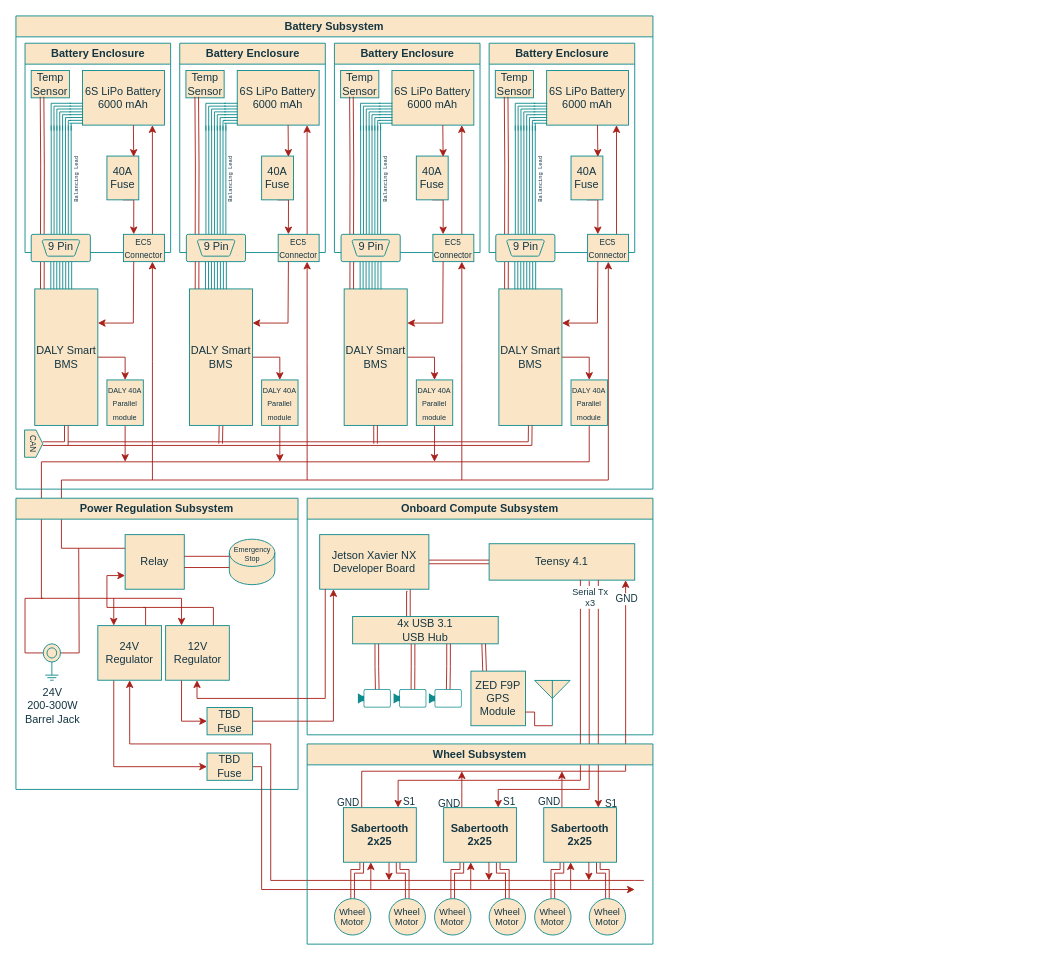
roboticsatiowa/Documents-and-Resources keeps this draw.io diagram as Diagrams/RoverFullBlockDiagram.drawio. Above is the earlier version. Source tidied: cells renumbered, new cells numbered last; positions are measured from the earlier drawing's top-left corner, leaving out a move shared by most shapes. Both pictures are drawn from the tidied source at 91%, with x=0, y=0 at pixel (6, 15).
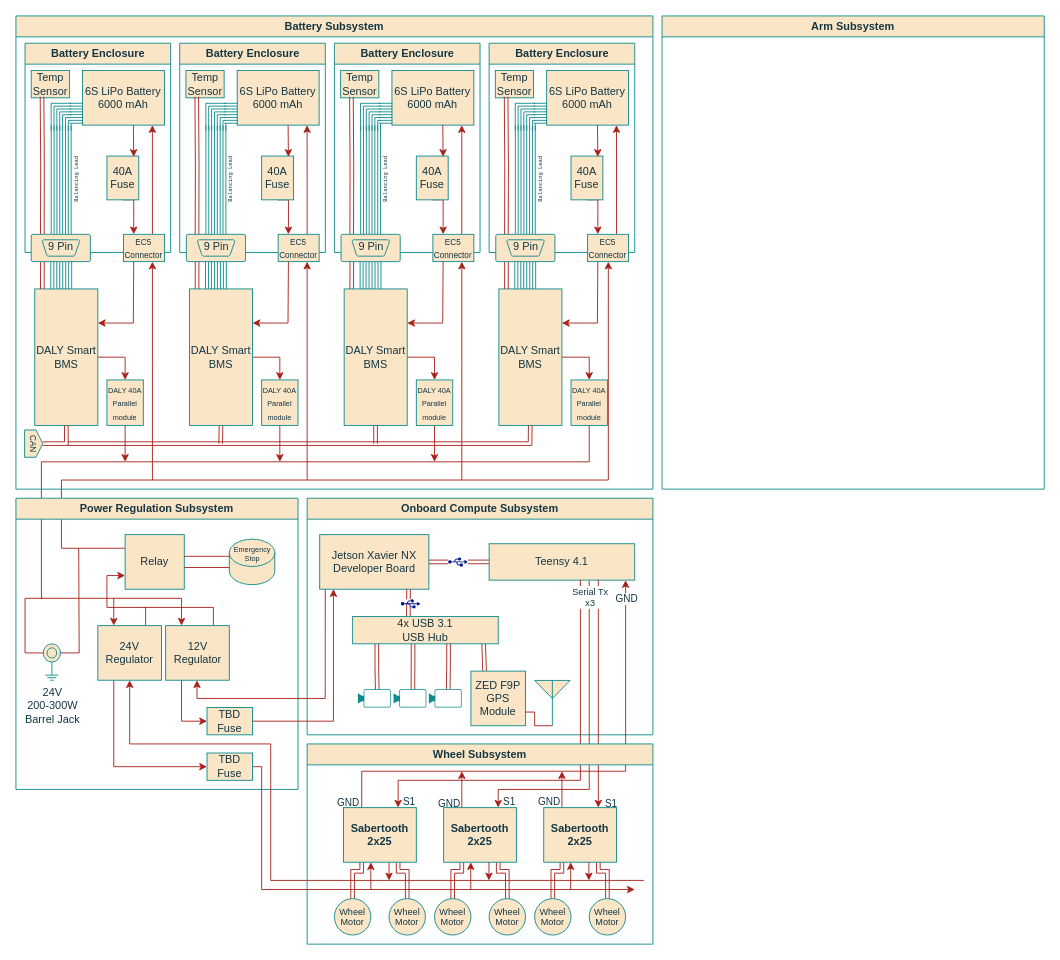
After the change.

The change refers to these unchanged cells:
```xml
<mxCell id="22" value="Onboard Compute Subsystem" style="swimlane;whiteSpace=wrap;html=1;fillColor=#FAE5C7;strokeWidth=1;strokeColor=#0F8B8D;labelBackgroundColor=none;fontColor=#143642;" parent="1" vertex="1">
  <mxGeometry x="330" y="530" width="380" height="260" as="geometry" />
</mxCell>
<mxCell id="25" value="Jetson Xavier NX Developer Board" style="whiteSpace=wrap;html=1;rounded=0;strokeColor=#0F8B8D;align=center;verticalAlign=middle;fontFamily=Helvetica;fontSize=12;fontColor=#143642;fillColor=#FAE5C7;labelBackgroundColor=none;" parent="22" vertex="1">
  <mxGeometry x="13.8" y="40" width="120" height="60" as="geometry" />
</mxCell>
<mxCell id="28" value="Teensy 4.1" style="rounded=0;whiteSpace=wrap;html=1;strokeColor=#0F8B8D;align=center;verticalAlign=middle;fontFamily=Helvetica;fontSize=12;fontColor=#143642;fillColor=#FAE5C7;labelBackgroundColor=none;" parent="22" vertex="1">
  <mxGeometry x="200" y="50" width="160" height="40" as="geometry" />
</mxCell>
<mxCell id="30" value="4x USB 3.1&lt;div&gt;USB Hub&lt;/div&gt;" style="whiteSpace=wrap;html=1;fillColor=#FAE5C7;strokeColor=#0F8B8D;fontColor=#143642;rounded=0;labelBackgroundColor=none;" parent="22" vertex="1">
  <mxGeometry x="50" y="130" width="160" height="30" as="geometry" />
</mxCell>
```

Diff of the diagram source:
```diff
@@
-    <mxCell id="23" style="edgeStyle=orthogonalEdgeStyle;shape=link;rounded=0;jettySize=auto;html=1;entryX=0;entryY=0.5;entryDx=0;entryDy=0;strokeColor=#A8201A;align=center;verticalAlign=middle;fontFamily=Helvetica;fontSize=12;fontColor=default;labelBackgroundColor=none;endArrow=classic;fillColor=#FAE5C7;width=4;" parent="22" edge="1" source="25" target="28">
+    <mxCell id="23" style="edgeStyle=orthogonalEdgeStyle;shape=link;rounded=0;jettySize=auto;html=1;entryX=0;entryY=0.5;entryDx=0;entryDy=0;strokeColor=#A8201A;align=center;verticalAlign=middle;fontFamily=Helvetica;fontSize=12;fontColor=default;labelBackgroundColor=none;endArrow=classic;fillColor=#FAE5C7;width=4;flowAnimation=0;shadow=0;" parent="22" edge="1" source="165" target="28">
       <mxGeometry relative="1" as="geometry" />
     </mxCell>
-    <mxCell id="24" style="edgeStyle=orthogonalEdgeStyle;shape=link;rounded=0;jettySize=auto;html=1;strokeColor=#A8201A;align=center;verticalAlign=middle;fontFamily=Helvetica;fontSize=12;fontColor=default;labelBackgroundColor=none;endArrow=classic;fillColor=#FAE5C7;exitX=0.804;exitY=1.005;exitDx=0;exitDy=0;entryX=0.383;entryY=0.007;entryDx=0;entryDy=0;exitPerimeter=0;entryPerimeter=0;" parent="22" edge="1" source="25" target="30">
+    <mxCell id="24" style="edgeStyle=orthogonalEdgeStyle;shape=link;rounded=0;jettySize=auto;html=1;strokeColor=#A8201A;align=center;verticalAlign=middle;fontFamily=Helvetica;fontSize=12;fontColor=default;labelBackgroundColor=none;endArrow=classic;fillColor=#FAE5C7;exitX=0.444;exitY=0.714;exitDx=0;exitDy=0;entryX=0.383;entryY=0.007;entryDx=0;entryDy=0;exitPerimeter=0;entryPerimeter=0;" parent="22" edge="1" source="166" target="30">
       <mxGeometry relative="1" as="geometry" />
     </mxCell>
@@
+    <mxCell id="164" style="edgeStyle=orthogonalEdgeStyle;shape=link;rounded=0;jettySize=auto;html=1;entryX=0;entryY=0.5;entryDx=0;entryDy=0;strokeColor=#A8201A;align=center;verticalAlign=middle;fontFamily=Helvetica;fontSize=12;fontColor=default;labelBackgroundColor=none;endArrow=classic;fillColor=#FAE5C7;width=4;flowAnimation=0;shadow=0;" parent="22" edge="1" source="25" target="165">
+      <mxGeometry relative="1" as="geometry" />
+    </mxCell>
+    <mxCell id="165" style="sketch=0;shadow=0;dashed=0;html=1;strokeColor=none;labelPosition=center;verticalLabelPosition=bottom;verticalAlign=top;align=center;fillColor=#00188D;shape=mxgraph.mscae.enterprise.usb;fontColor=#143642;" parent="22" vertex="1">
+      <mxGeometry x="155" y="65" width="21.7" height="10" as="geometry" />
+    </mxCell>
+    <mxCell id="166" style="sketch=0;shadow=0;dashed=0;html=1;strokeColor=none;labelPosition=center;verticalLabelPosition=bottom;verticalAlign=top;align=center;fillColor=#00188D;shape=mxgraph.mscae.enterprise.usb;fontColor=#143642;" parent="22" vertex="1">
+      <mxGeometry x="103" y="111" width="21.7" height="10" as="geometry" />
+    </mxCell>
+    <mxCell id="167" style="edgeStyle=orthogonalEdgeStyle;shape=link;rounded=0;jettySize=auto;html=1;strokeColor=#A8201A;align=center;verticalAlign=middle;fontFamily=Helvetica;fontSize=12;fontColor=default;labelBackgroundColor=none;endArrow=classic;fillColor=#FAE5C7;exitX=0.814;exitY=1;exitDx=0;exitDy=0;entryX=0.383;entryY=0.007;entryDx=0;entryDy=0;exitPerimeter=0;entryPerimeter=0;" parent="22" edge="1" source="25" target="166">
+      <mxGeometry relative="1" as="geometry" />
+    </mxCell>
@@
+    <mxCell id="168" value="Arm Subsystem" style="swimlane;whiteSpace=wrap;html=1;strokeColor=#0F8B8D;fontColor=#143642;fillColor=#FAE5C7;" parent="1" vertex="1">
+      <mxGeometry x="720" width="420" height="520" as="geometry" />
+    </mxCell>
```
